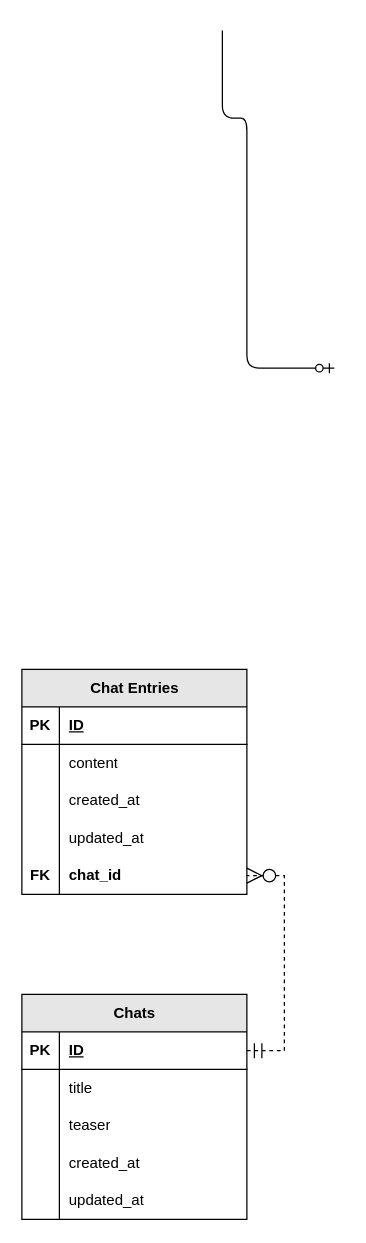
This is docs/database.drawio from sergeyklay/promptly, a draw.io file, before an edit. Source tidied: cells renumbered, new cells numbered last; positions are measured from the earlier drawing's top-left corner, leaving out a move shared by most shapes. Both pictures are drawn from the tidied source at 125%, with x=0, y=0 at pixel (21, 30).
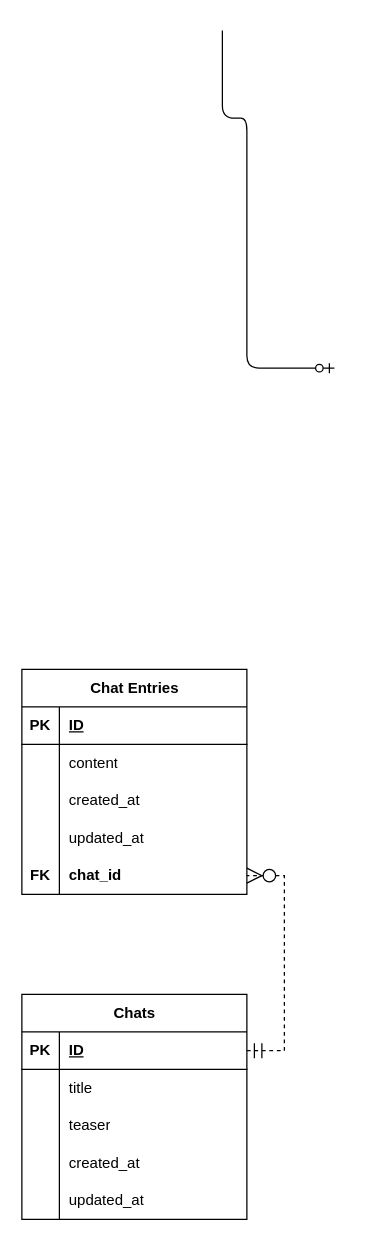
The same page after the edit.

Change to the diagram source:
```diff
@@
-    <mxCell id="3" value="Chats" style="shape=table;startSize=30;childLayout=tableLayout;rowLines=0;fontStyle=1;align=center;html=1;fillColor=#E6E6E6;" parent="1" vertex="1">
+    <mxCell id="3" value="Chats" style="shape=table;startSize=30;childLayout=tableLayout;rowLines=0;fontStyle=1;align=center;html=1;fillColor=none;" parent="1" vertex="1">
       <mxGeometry y="771" width="180" height="180" as="geometry" />
     </mxCell>
@@
-    <mxCell id="19" value="Chat Entries" style="shape=table;startSize=30;childLayout=tableLayout;rowLines=0;fontStyle=1;align=center;html=1;fillColor=#E6E6E6;" parent="1" vertex="1">
+    <mxCell id="19" value="Chat Entries" style="shape=table;startSize=30;childLayout=tableLayout;rowLines=0;fontStyle=1;align=center;html=1;fillColor=none;" parent="1" vertex="1">
       <mxGeometry y="511" width="180" height="180" as="geometry" />
     </mxCell>
```
